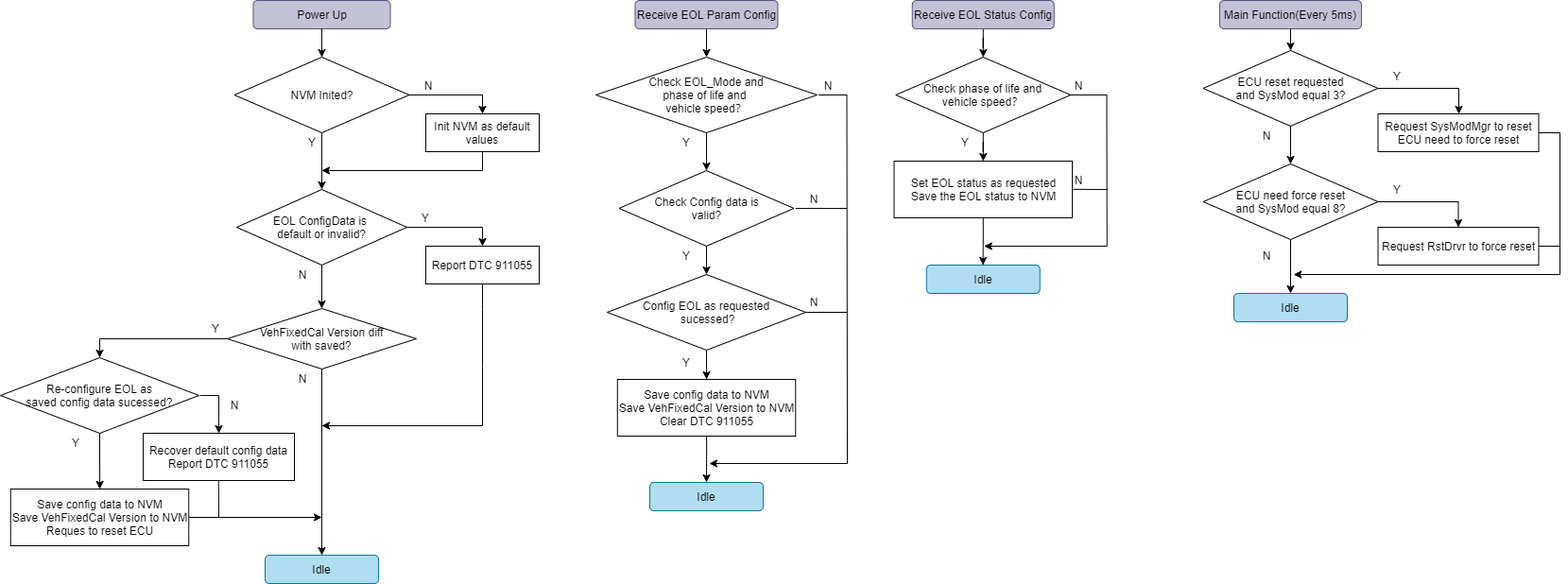
Before: EVG_EOL.png, a diagram exported from draw.io (woshitanwang/pics_procdure). Source tidied: cells renumbered, new cells last; positions are measured from the earlier drawing's top-left corner, leaving out a move shared by most shapes.
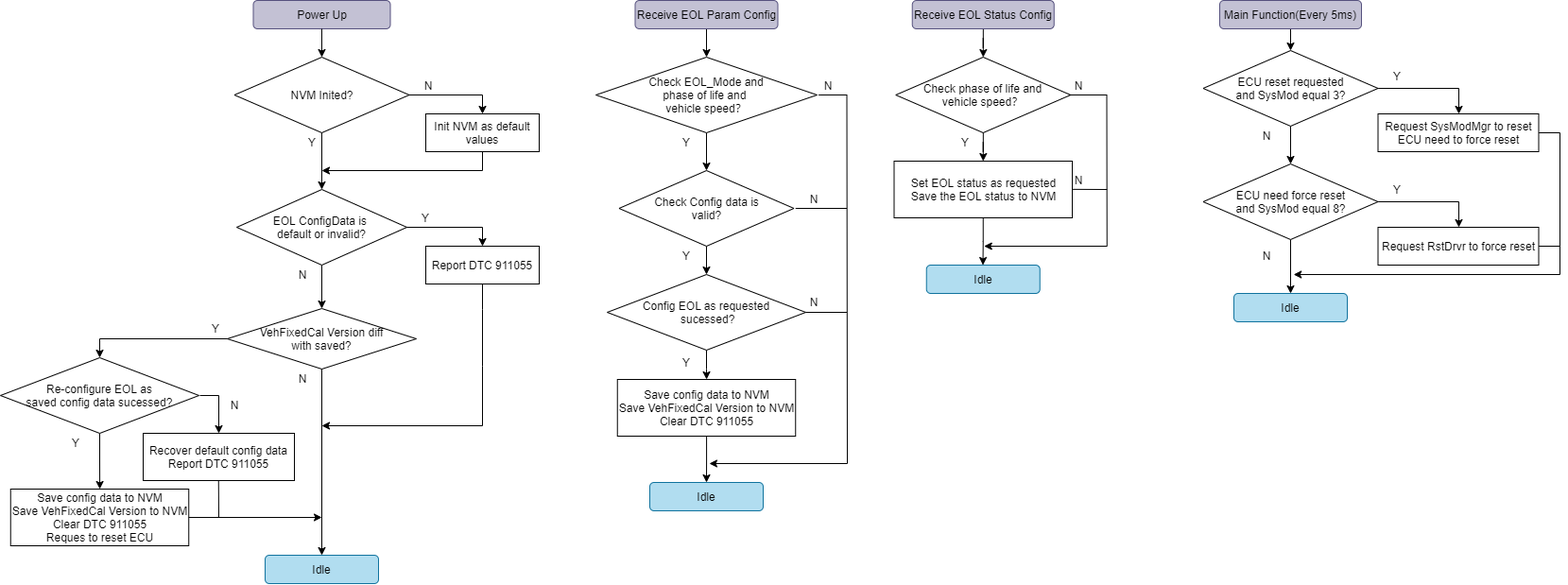
The same diagram one commit later.

Change to the diagram source:
```diff
@@ -209,7 +209,7 @@
     <mxCell id="53" value="Re-configure EOL as&lt;br&gt;saved config data sucessed?" style="rhombus;whiteSpace=wrap;html=1;fillColor=#FFFFFF;" parent="1" vertex="1">
       <mxGeometry y="378" width="210" height="80" as="geometry" />
     </mxCell>
-    <mxCell id="54" value="Save config data to NVM&lt;br&gt;Save VehFixedCal Version to NVM&lt;br&gt;Reques to reset ECU" style="rounded=0;whiteSpace=wrap;html=1;fillColor=#FFFFFF;" parent="1" vertex="1">
+    <mxCell id="54" value="Save config data to NVM&lt;br&gt;Save VehFixedCal Version to NVM&lt;br&gt;Clear DTC 911055&lt;br&gt;Reques to reset ECU" style="rounded=0;whiteSpace=wrap;html=1;fillColor=#FFFFFF;" parent="1" vertex="1">
       <mxGeometry x="10.8" y="517" width="188.5" height="60" as="geometry" />
     </mxCell>
     <mxCell id="55" style="endArrow=classic;html=1;entryX=0.5;entryY=0;entryDx=0;entryDy=0;rounded=0;" parent="1" edge="1">
```
